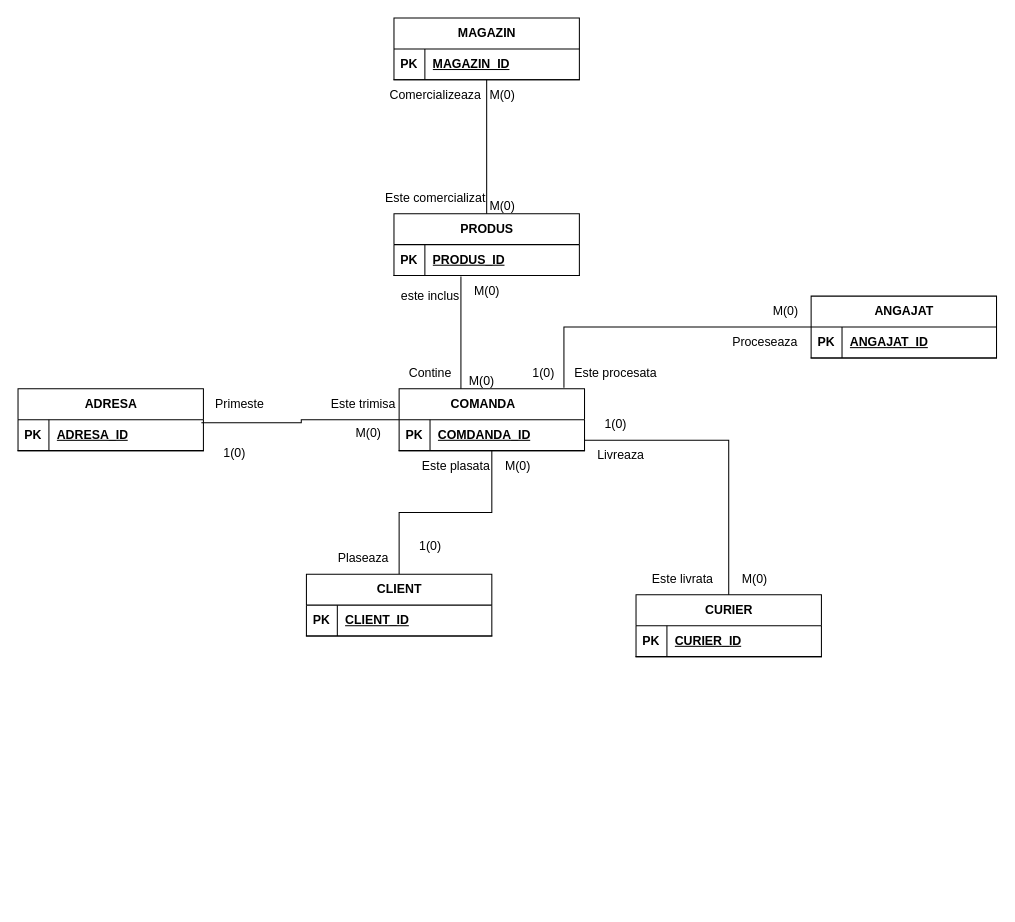
Above: Conceptuala.drawio in Mateiul123/BD (draw.io), before the change. Source tidied: cells renumbered, new cells numbered last; positions are measured from the earlier drawing's top-left corner, leaving out a move shared by most shapes. Both pictures are drawn from the tidied source at 103%, with x=0, y=0 at pixel (18, 18).
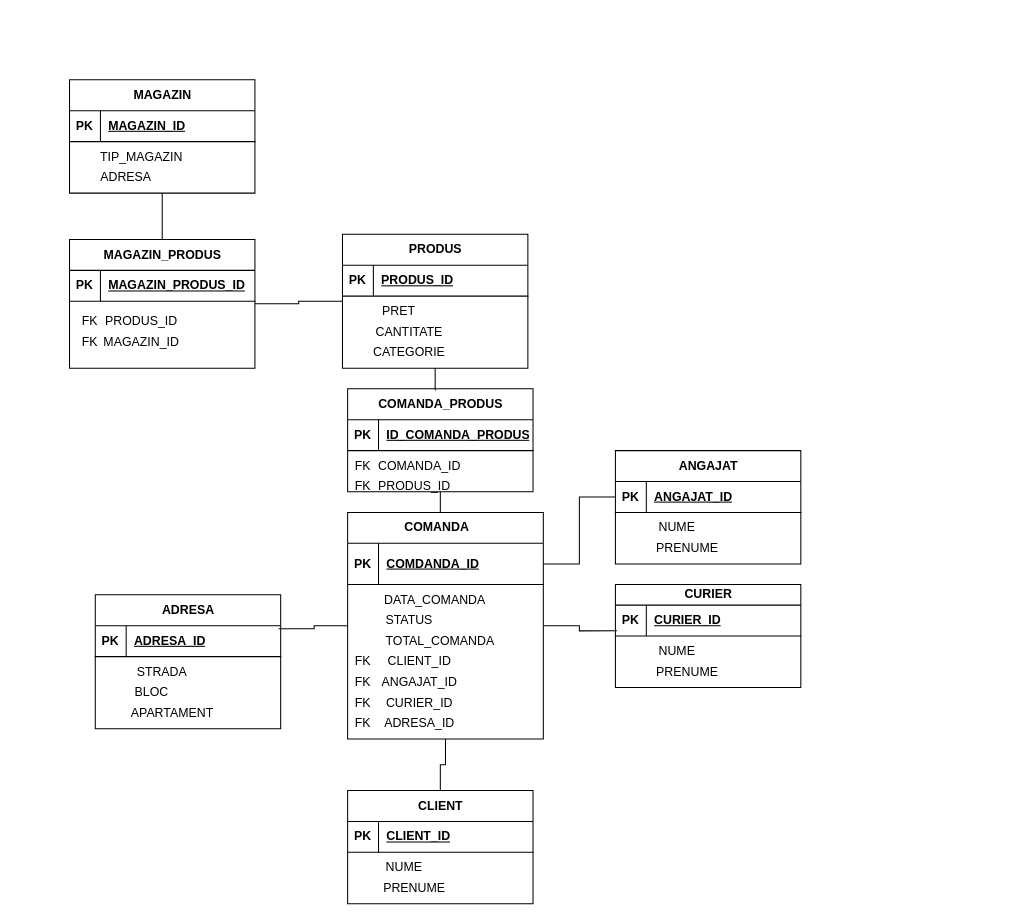
The same diagram, later.

The change refers to these unchanged cells:
```xml
<mxCell id="21" style="shape=tableRow;horizontal=0;startSize=0;swimlaneHead=0;swimlaneBody=0;fillColor=none;points=[[0,0.5],[1,0.5]];portConstraint=eastwest;top=0;left=0;right=0;bottom=1;" parent="20" vertex="1">
  <mxGeometry y="30" width="180" height="30" as="geometry" />
</mxCell>
<mxCell id="30" style="shape=tableRow;horizontal=0;startSize=0;swimlaneHead=0;swimlaneBody=0;fillColor=none;points=[[0,0.5],[1,0.5]];portConstraint=eastwest;top=0;left=0;right=0;bottom=1;" parent="29" vertex="1">
  <mxGeometry y="30" width="180" height="30" as="geometry" />
</mxCell>
```

What changed in the source:
```diff
@@
+    <mxCell id="60" style="edgeStyle=orthogonalEdgeStyle;rounded=0;jettySize=auto;html=1;exitX=0.5;exitY=0;exitDx=0;exitDy=0;entryX=0.5;entryY=1;entryDx=0;entryDy=0;endArrow=none;endFill=0;" parent="1" edge="1" source="3" target="82">
+      <mxGeometry relative="1" as="geometry" />
+    </mxCell>
     <mxCell id="3" value="COMANDA&lt;span style=&quot;white-space: pre;&quot;&gt;&#9;&lt;/span&gt;" style="shape=table;startSize=30;childLayout=tableLayout;rowLines=0;fontStyle=1;align=center;html=1;" parent="1" vertex="1">
-      <mxGeometry x="370" y="360" width="180" height="60" as="geometry" />
+      <mxGeometry x="320" y="480" width="190" height="220" as="geometry" />
     </mxCell>
     <mxCell id="4" style="shape=tableRow;horizontal=0;startSize=0;swimlaneHead=0;swimlaneBody=0;fillColor=none;points=[[0,0.5],[1,0.5]];portConstraint=eastwest;top=0;left=0;right=0;bottom=1;" parent="3" vertex="1">
-      <mxGeometry y="30" width="180" height="30" as="geometry" />
+      <mxGeometry y="30" width="190" height="40" as="geometry" />
     </mxCell>
     <mxCell id="5" value="PK" style="shape=partialRectangle;fillColor=none;top=0;left=0;bottom=0;right=0;fontStyle=1;overflow=hidden;whiteSpace=wrap;html=1;" parent="4" vertex="1">
-      <mxGeometry width="30" height="30" as="geometry" />
+      <mxGeometry width="30" height="40" as="geometry" />
     </mxCell>
     <mxCell id="6" value="COMDANDA_ID" style="shape=partialRectangle;fillColor=none;top=0;left=0;bottom=0;right=0;align=left;spacingLeft=6;fontStyle=5;overflow=hidden;whiteSpace=wrap;html=1;" parent="4" vertex="1">
-      <mxGeometry x="30" width="150" height="30" as="geometry" />
+      <mxGeometry x="30" width="160" height="40" as="geometry" />
     </mxCell>
     <mxCell id="7" value="ADRESA" style="shape=table;startSize=30;childLayout=tableLayout;rowLines=0;fontStyle=1;align=center;html=1;" parent="1" vertex="1">
-      <mxGeometry y="360" width="180" height="60" as="geometry" />
+      <mxGeometry x="75" y="560" width="180" height="130" as="geometry" />
     </mxCell>
@@
-    <mxCell id="11" value="CURIER" style="shape=table;startSize=30;childLayout=tableLayout;rowLines=0;fontStyle=1;align=center;html=1;" parent="1" vertex="1">
-      <mxGeometry x="600" y="560" width="180" height="60" as="geometry" />
+    <mxCell id="11" value="CURIER" style="shape=table;startSize=20;childLayout=tableLayout;rowLines=0;fontStyle=1;align=center;html=1;" parent="1" vertex="1">
+      <mxGeometry x="580" y="550" width="180" height="100" as="geometry" />
     </mxCell>
     <mxCell id="12" style="shape=tableRow;horizontal=0;startSize=0;swimlaneHead=0;swimlaneBody=0;fillColor=none;points=[[0,0.5],[1,0.5]];portConstraint=eastwest;top=0;left=0;right=0;bottom=1;" parent="11" vertex="1">
-      <mxGeometry y="30" width="180" height="30" as="geometry" />
+      <mxGeometry y="20" width="180" height="30" as="geometry" />
     </mxCell>
@@
     <mxCell id="15" value="CLIENT" style="shape=table;startSize=30;childLayout=tableLayout;rowLines=0;fontStyle=1;align=center;html=1;" parent="1" vertex="1">
-      <mxGeometry x="280" y="540" width="180" height="60" as="geometry" />
+      <mxGeometry x="320" y="750" width="180" height="110" as="geometry" />
     </mxCell>
@@
-    <mxCell id="19" style="edgeStyle=orthogonalEdgeStyle;rounded=0;jettySize=auto;html=1;endArrow=none;endFill=0;exitX=0.361;exitY=1.033;exitDx=0;exitDy=0;exitPerimeter=0;" parent="1" edge="1" source="21">
-      <mxGeometry relative="1" as="geometry">
-        <mxPoint x="430" y="360" as="targetPoint" />
-        <Array as="points">
-          <mxPoint x="430" y="360" />
-        </Array>
-      </mxGeometry>
-    </mxCell>
+    <mxCell id="61" style="edgeStyle=orthogonalEdgeStyle;rounded=0;jettySize=auto;html=1;exitX=0;exitY=0.5;exitDx=0;exitDy=0;entryX=1;entryY=0.5;entryDx=0;entryDy=0;endArrow=none;endFill=0;" parent="1" edge="1" source="20" target="87">
+      <mxGeometry relative="1" as="geometry" />
+    </mxCell>
     <mxCell id="20" value="PRODUS" style="shape=table;startSize=30;childLayout=tableLayout;rowLines=0;fontStyle=1;align=center;html=1;" parent="1" vertex="1">
-      <mxGeometry x="365" y="190" width="180" height="60" as="geometry" />
+      <mxGeometry x="315" y="210" width="180" height="130" as="geometry" />
     </mxCell>
@@
-    <mxCell id="24" style="edgeStyle=orthogonalEdgeStyle;rounded=0;jettySize=auto;html=1;entryX=0.5;entryY=0;entryDx=0;entryDy=0;endArrow=none;endFill=0;" parent="1" edge="1" source="25" target="20">
-      <mxGeometry relative="1" as="geometry" />
-    </mxCell>
     <mxCell id="25" value="MAGAZIN" style="shape=table;startSize=30;childLayout=tableLayout;rowLines=0;fontStyle=1;align=center;html=1;" parent="1" vertex="1">
-      <mxGeometry x="365" width="180" height="60" as="geometry" />
+      <mxGeometry x="50" y="60" width="180" height="110" as="geometry" />
     </mxCell>
@@
     <mxCell id="29" value="ANGAJAT" style="shape=table;startSize=30;childLayout=tableLayout;rowLines=0;fontStyle=1;align=center;html=1;" parent="1" vertex="1">
-      <mxGeometry x="770" y="270" width="180" height="60" as="geometry" />
+      <mxGeometry x="580" y="420" width="180" height="110" as="geometry" />
     </mxCell>
@@
-    <mxCell id="33" style="edgeStyle=orthogonalEdgeStyle;rounded=0;jettySize=auto;html=1;entryX=0;entryY=0.5;entryDx=0;entryDy=0;exitX=0.889;exitY=-0.017;exitDx=0;exitDy=0;exitPerimeter=0;endArrow=none;endFill=0;" parent="1" edge="1" source="3" target="29">
-      <mxGeometry x="-0.03" relative="1" as="geometry">
-        <Array as="points">
-          <mxPoint x="530" y="300" />
-        </Array>
-      </mxGeometry>
-    </mxCell>
@@
-    <mxCell id="35" style="edgeStyle=orthogonalEdgeStyle;rounded=0;jettySize=auto;html=1;entryX=0.5;entryY=0;entryDx=0;entryDy=0;endArrow=none;endFill=0;" parent="1" edge="1" source="3" target="11">
-      <mxGeometry relative="1" as="geometry">
-        <Array as="points">
-          <mxPoint x="690" y="410" />
-        </Array>
-      </mxGeometry>
-    </mxCell>
-    <mxCell id="36" value="Este plasata" style="text;html=1;align=center;verticalAlign=middle;strokeColor=none;fillColor=none;" parent="1" vertex="1">
-      <mxGeometry x="380" y="420" width="90" height="30" as="geometry" />
-    </mxCell>
-    <mxCell id="37" value="Plaseaza" style="text;html=1;align=center;verticalAlign=middle;strokeColor=none;fillColor=none;" parent="1" vertex="1">
-      <mxGeometry x="300" y="510" width="70" height="30" as="geometry" />
-    </mxCell>
-    <mxCell id="38" value="Livreaza" style="text;html=1;align=center;verticalAlign=middle;strokeColor=none;fillColor=none;" parent="1" vertex="1">
-      <mxGeometry x="550" y="410" width="70" height="30" as="geometry" />
-    </mxCell>
-    <mxCell id="39" value="Este livrata" style="text;html=1;align=center;verticalAlign=middle;strokeColor=none;fillColor=none;" parent="1" vertex="1">
-      <mxGeometry x="605" y="530" width="80" height="30" as="geometry" />
-    </mxCell>
-    <mxCell id="40" value="Primeste" style="text;html=1;align=center;verticalAlign=middle;strokeColor=none;fillColor=none;" parent="1" vertex="1">
-      <mxGeometry x="180" y="360" width="70" height="30" as="geometry" />
-    </mxCell>
-    <mxCell id="41" value="Este trimisa" style="text;html=1;align=center;verticalAlign=middle;strokeColor=none;fillColor=none;" parent="1" vertex="1">
-      <mxGeometry x="290" y="360" width="90" height="30" as="geometry" />
-    </mxCell>
-    <mxCell id="42" value="Contine" style="text;html=1;align=center;verticalAlign=middle;strokeColor=none;fillColor=none;" parent="1" vertex="1">
-      <mxGeometry x="370" y="330" width="60" height="30" as="geometry" />
-    </mxCell>
-    <mxCell id="43" value="este inclus" style="text;html=1;align=center;verticalAlign=middle;strokeColor=none;fillColor=none;" parent="1" vertex="1">
-      <mxGeometry x="360" y="255" width="80" height="30" as="geometry" />
-    </mxCell>
-    <mxCell id="44" value="Este comercializat" style="text;html=1;align=center;verticalAlign=middle;strokeColor=none;fillColor=none;" parent="1" vertex="1">
-      <mxGeometry x="345" y="160" width="120" height="30" as="geometry" />
-    </mxCell>
-    <mxCell id="45" value="Comercializeaza" style="text;html=1;align=center;verticalAlign=middle;strokeColor=none;fillColor=none;" parent="1" vertex="1">
-      <mxGeometry x="350" y="60" width="110" height="30" as="geometry" />
-    </mxCell>
-    <mxCell id="46" value="Este procesata" style="text;html=1;align=center;verticalAlign=middle;strokeColor=none;fillColor=none;" parent="1" vertex="1">
-      <mxGeometry x="530" y="330" width="100" height="30" as="geometry" />
-    </mxCell>
-    <mxCell id="47" value="Proceseaza" style="text;html=1;align=center;verticalAlign=middle;strokeColor=none;fillColor=none;" parent="1" vertex="1">
-      <mxGeometry x="680" y="300" width="90" height="30" as="geometry" />
-    </mxCell>
-    <mxCell id="48" value="1(0)" style="text;html=1;align=center;verticalAlign=middle;strokeColor=none;fillColor=none;" parent="1" vertex="1">
-      <mxGeometry x="380" y="498" width="40" height="30" as="geometry" />
-    </mxCell>
-    <mxCell id="49" value="M(0)" style="text;html=1;align=center;verticalAlign=middle;strokeColor=none;fillColor=none;" parent="1" vertex="1">
-      <mxGeometry x="460" y="420" width="50" height="30" as="geometry" />
-    </mxCell>
-    <mxCell id="50" value="M(0)" style="text;html=1;align=center;verticalAlign=middle;strokeColor=none;fillColor=none;" parent="1" vertex="1">
-      <mxGeometry x="690" y="530" width="50" height="30" as="geometry" />
-    </mxCell>
-    <mxCell id="51" value="1(0)" style="text;html=1;align=center;verticalAlign=middle;strokeColor=none;fillColor=none;" parent="1" vertex="1">
-      <mxGeometry x="190" y="408" width="40" height="30" as="geometry" />
-    </mxCell>
-    <mxCell id="52" value="M(0)" style="text;html=1;align=center;verticalAlign=middle;strokeColor=none;fillColor=none;" parent="1" vertex="1">
-      <mxGeometry x="315" y="388" width="50" height="30" as="geometry" />
-    </mxCell>
-    <mxCell id="53" value="1(0)" style="text;html=1;align=center;verticalAlign=middle;strokeColor=none;fillColor=none;" parent="1" vertex="1">
-      <mxGeometry x="560" y="380" width="40" height="30" as="geometry" />
-    </mxCell>
-    <mxCell id="54" value="M(0)" style="text;html=1;align=center;verticalAlign=middle;strokeColor=none;fillColor=none;" parent="1" vertex="1">
-      <mxGeometry x="720" y="270" width="50" height="30" as="geometry" />
-    </mxCell>
-    <mxCell id="55" value="1(0)" style="text;html=1;align=center;verticalAlign=middle;strokeColor=none;fillColor=none;" parent="1" vertex="1">
-      <mxGeometry x="490" y="330" width="40" height="30" as="geometry" />
-    </mxCell>
-    <mxCell id="56" value="M(0)" style="text;html=1;align=center;verticalAlign=middle;strokeColor=none;fillColor=none;" parent="1" vertex="1">
-      <mxGeometry x="425" y="338" width="50" height="30" as="geometry" />
-    </mxCell>
-    <mxCell id="57" value="M(0)" style="text;html=1;align=center;verticalAlign=middle;strokeColor=none;fillColor=none;" parent="1" vertex="1">
-      <mxGeometry x="430" y="250" width="50" height="30" as="geometry" />
-    </mxCell>
-    <mxCell id="58" value="M(0)" style="text;html=1;align=center;verticalAlign=middle;strokeColor=none;fillColor=none;" parent="1" vertex="1">
-      <mxGeometry x="445" y="168" width="50" height="30" as="geometry" />
-    </mxCell>
-    <mxCell id="59" value="M(0)" style="text;html=1;align=center;verticalAlign=middle;strokeColor=none;fillColor=none;" parent="1" vertex="1">
-      <mxGeometry x="445" y="60" width="50" height="30" as="geometry" />
-    </mxCell>
+    <mxCell id="62" value="DATA_COMANDA" style="text;html=1;whiteSpace=wrap;strokeColor=none;fillColor=none;align=center;verticalAlign=middle;rounded=0;" parent="1" vertex="1">
+      <mxGeometry x="375" y="550" width="60" height="30" as="geometry" />
+    </mxCell>
+    <mxCell id="63" value="STATUS" style="text;html=1;whiteSpace=wrap;strokeColor=none;fillColor=none;align=center;verticalAlign=middle;rounded=0;" parent="1" vertex="1">
+      <mxGeometry x="350" y="570" width="60" height="30" as="geometry" />
+    </mxCell>
+    <mxCell id="64" value="TOTAL_COMANDA" style="text;html=1;whiteSpace=wrap;strokeColor=none;fillColor=none;align=center;verticalAlign=middle;rounded=0;" parent="1" vertex="1">
+      <mxGeometry x="380" y="590" width="60" height="30" as="geometry" />
+    </mxCell>
+    <mxCell id="65" value="CLIENT_ID" style="text;html=1;whiteSpace=wrap;strokeColor=none;fillColor=none;align=center;verticalAlign=middle;rounded=0;" parent="1" vertex="1">
+      <mxGeometry x="360" y="610" width="60" height="30" as="geometry" />
+    </mxCell>
+    <mxCell id="66" value="ANGAJAT_ID" style="text;html=1;whiteSpace=wrap;strokeColor=none;fillColor=none;align=center;verticalAlign=middle;rounded=0;" parent="1" vertex="1">
+      <mxGeometry x="360" y="630" width="60" height="30" as="geometry" />
+    </mxCell>
+    <mxCell id="67" value="CURIER_ID" style="text;html=1;whiteSpace=wrap;strokeColor=none;fillColor=none;align=center;verticalAlign=middle;rounded=0;" parent="1" vertex="1">
+      <mxGeometry x="360" y="650" width="60" height="30" as="geometry" />
+    </mxCell>
+    <mxCell id="68" value="ADRESA_ID" style="text;html=1;whiteSpace=wrap;strokeColor=none;fillColor=none;align=center;verticalAlign=middle;rounded=0;" parent="1" vertex="1">
+      <mxGeometry x="360" y="670" width="60" height="30" as="geometry" />
+    </mxCell>
+    <mxCell id="69" value="FK" style="text;html=1;whiteSpace=wrap;strokeColor=none;fillColor=none;align=center;verticalAlign=middle;rounded=0;" parent="1" vertex="1">
+      <mxGeometry x="305" y="630" width="60" height="30" as="geometry" />
+    </mxCell>
+    <mxCell id="70" value="FK" style="text;html=1;whiteSpace=wrap;strokeColor=none;fillColor=none;align=center;verticalAlign=middle;rounded=0;" parent="1" vertex="1">
+      <mxGeometry x="305" y="650" width="60" height="30" as="geometry" />
+    </mxCell>
+    <mxCell id="71" value="FK" style="text;html=1;whiteSpace=wrap;strokeColor=none;fillColor=none;align=center;verticalAlign=middle;rounded=0;" parent="1" vertex="1">
+      <mxGeometry x="305" y="670" width="60" height="30" as="geometry" />
+    </mxCell>
+    <mxCell id="72" value="FK" style="text;html=1;whiteSpace=wrap;strokeColor=none;fillColor=none;align=center;verticalAlign=middle;rounded=0;" parent="1" vertex="1">
+      <mxGeometry x="305" y="610" width="60" height="30" as="geometry" />
+    </mxCell>
+    <mxCell id="73" value="NUME" style="text;html=1;whiteSpace=wrap;strokeColor=none;fillColor=none;align=center;verticalAlign=middle;rounded=0;" parent="1" vertex="1">
+      <mxGeometry x="345" y="810" width="60" height="30" as="geometry" />
+    </mxCell>
+    <mxCell id="74" value="PRENUME" style="text;html=1;whiteSpace=wrap;strokeColor=none;fillColor=none;align=center;verticalAlign=middle;rounded=0;" parent="1" vertex="1">
+      <mxGeometry x="355" y="830" width="60" height="30" as="geometry" />
+    </mxCell>
+    <mxCell id="75" value="NUME" style="text;html=1;whiteSpace=wrap;strokeColor=none;fillColor=none;align=center;verticalAlign=middle;rounded=0;" parent="1" vertex="1">
+      <mxGeometry x="610" y="600" width="60" height="30" as="geometry" />
+    </mxCell>
+    <mxCell id="76" value="PRENUME" style="text;html=1;whiteSpace=wrap;strokeColor=none;fillColor=none;align=center;verticalAlign=middle;rounded=0;" parent="1" vertex="1">
+      <mxGeometry x="620" y="620" width="60" height="30" as="geometry" />
+    </mxCell>
+    <mxCell id="77" value="STRADA" style="text;html=1;whiteSpace=wrap;strokeColor=none;fillColor=none;align=center;verticalAlign=middle;rounded=0;" parent="1" vertex="1">
+      <mxGeometry x="110" y="620" width="60" height="30" as="geometry" />
+    </mxCell>
+    <mxCell id="78" value="BLOC" style="text;html=1;whiteSpace=wrap;strokeColor=none;fillColor=none;align=center;verticalAlign=middle;rounded=0;" parent="1" vertex="1">
+      <mxGeometry x="100" y="640" width="60" height="30" as="geometry" />
+    </mxCell>
+    <mxCell id="79" value="APARTAMENT" style="text;html=1;whiteSpace=wrap;strokeColor=none;fillColor=none;align=center;verticalAlign=middle;rounded=0;" parent="1" vertex="1">
+      <mxGeometry x="120" y="660" width="60" height="30" as="geometry" />
+    </mxCell>
+    <mxCell id="80" value="NUME" style="text;html=1;whiteSpace=wrap;strokeColor=none;fillColor=none;align=center;verticalAlign=middle;rounded=0;" parent="1" vertex="1">
+      <mxGeometry x="610" y="480" width="60" height="30" as="geometry" />
+    </mxCell>
+    <mxCell id="81" value="PRENUME" style="text;html=1;whiteSpace=wrap;strokeColor=none;fillColor=none;align=center;verticalAlign=middle;rounded=0;" parent="1" vertex="1">
+      <mxGeometry x="620" y="500" width="60" height="30" as="geometry" />
+    </mxCell>
+    <mxCell id="82" value="COMANDA_PRODUS" style="shape=table;startSize=30;childLayout=tableLayout;rowLines=0;fontStyle=1;align=center;html=1;" parent="1" vertex="1">
+      <mxGeometry x="320" y="360" width="180" height="100" as="geometry" />
+    </mxCell>
+    <mxCell id="83" style="shape=tableRow;horizontal=0;startSize=0;swimlaneHead=0;swimlaneBody=0;fillColor=none;top=0;left=0;right=0;bottom=1;" parent="82" vertex="1">
+      <mxGeometry y="30" width="180" height="30" as="geometry" />
+    </mxCell>
+    <mxCell id="84" value="PK" style="shape=partialRectangle;fillColor=none;top=0;left=0;bottom=0;right=0;fontStyle=1;overflow=hidden;whiteSpace=wrap;html=1;" parent="83" vertex="1">
+      <mxGeometry width="30" height="30" as="geometry" />
+    </mxCell>
+    <mxCell id="85" value="ID_COMANDA_PRODUS" style="shape=partialRectangle;fillColor=none;top=0;left=0;bottom=0;right=0;align=left;spacingLeft=6;fontStyle=5;overflow=hidden;whiteSpace=wrap;html=1;" parent="83" vertex="1">
+      <mxGeometry x="30" width="150" height="30" as="geometry" />
+    </mxCell>
+    <mxCell id="86" style="edgeStyle=orthogonalEdgeStyle;rounded=0;jettySize=auto;html=1;exitX=0.5;exitY=0;exitDx=0;exitDy=0;entryX=0.5;entryY=1;entryDx=0;entryDy=0;endArrow=none;endFill=0;" parent="1" edge="1" source="87" target="25">
+      <mxGeometry relative="1" as="geometry" />
+    </mxCell>
+    <mxCell id="87" value="MAGAZIN_PRODUS" style="shape=table;startSize=30;childLayout=tableLayout;rowLines=0;fontStyle=1;align=center;html=1;" parent="1" vertex="1">
+      <mxGeometry x="50" y="215" width="180" height="125" as="geometry" />
+    </mxCell>
+    <mxCell id="88" style="shape=tableRow;horizontal=0;startSize=0;swimlaneHead=0;swimlaneBody=0;fillColor=none;top=0;left=0;right=0;bottom=1;" parent="87" vertex="1">
+      <mxGeometry y="30" width="180" height="30" as="geometry" />
+    </mxCell>
+    <mxCell id="89" value="PK" style="shape=partialRectangle;fillColor=none;top=0;left=0;bottom=0;right=0;fontStyle=1;overflow=hidden;whiteSpace=wrap;html=1;" parent="88" vertex="1">
+      <mxGeometry width="30" height="30" as="geometry" />
+    </mxCell>
+    <mxCell id="90" value="MAGAZIN_PRODUS_ID" style="shape=partialRectangle;fillColor=none;top=0;left=0;bottom=0;right=0;align=left;spacingLeft=6;fontStyle=5;overflow=hidden;whiteSpace=wrap;html=1;" parent="88" vertex="1">
+      <mxGeometry x="30" width="150" height="30" as="geometry" />
+    </mxCell>
+    <mxCell id="91" value="COMANDA_ID" style="text;html=1;whiteSpace=wrap;strokeColor=none;fillColor=none;align=center;verticalAlign=middle;rounded=0;" parent="1" vertex="1">
+      <mxGeometry x="360" y="420" width="60" height="30" as="geometry" />
+    </mxCell>
+    <mxCell id="92" value="PRODUS_ID" style="text;html=1;whiteSpace=wrap;strokeColor=none;fillColor=none;align=center;verticalAlign=middle;rounded=0;" parent="1" vertex="1">
+      <mxGeometry x="355" y="440" width="60" height="30" as="geometry" />
+    </mxCell>
+    <mxCell id="93" value="FK" style="text;html=1;whiteSpace=wrap;strokeColor=none;fillColor=none;align=center;verticalAlign=middle;rounded=0;" parent="1" vertex="1">
+      <mxGeometry x="305" y="420" width="60" height="30" as="geometry" />
+    </mxCell>
+    <mxCell id="94" value="FK" style="text;html=1;whiteSpace=wrap;strokeColor=none;fillColor=none;align=center;verticalAlign=middle;rounded=0;" parent="1" vertex="1">
+      <mxGeometry x="305" y="440" width="60" height="30" as="geometry" />
+    </mxCell>
+    <mxCell id="95" value="PRET" style="text;html=1;whiteSpace=wrap;strokeColor=none;fillColor=none;align=center;verticalAlign=middle;rounded=0;" parent="1" vertex="1">
+      <mxGeometry x="340" y="270" width="60" height="30" as="geometry" />
+    </mxCell>
+    <mxCell id="96" value="CANTITATE" style="text;html=1;whiteSpace=wrap;strokeColor=none;fillColor=none;align=center;verticalAlign=middle;rounded=0;" parent="1" vertex="1">
+      <mxGeometry x="350" y="290" width="60" height="30" as="geometry" />
+    </mxCell>
+    <mxCell id="97" value="CATEGORIE" style="text;html=1;whiteSpace=wrap;strokeColor=none;fillColor=none;align=center;verticalAlign=middle;rounded=0;" parent="1" vertex="1">
+      <mxGeometry x="350" y="310" width="60" height="30" as="geometry" />
+    </mxCell>
+    <mxCell id="98" style="edgeStyle=orthogonalEdgeStyle;rounded=0;jettySize=auto;html=1;entryX=0.47;entryY=-0.011;entryDx=0;entryDy=0;entryPerimeter=0;endArrow=none;endFill=0;" parent="1" edge="1" source="20" target="82">
+      <mxGeometry relative="1" as="geometry" />
+    </mxCell>
+    <mxCell id="99" value="FK" style="text;html=1;whiteSpace=wrap;strokeColor=none;fillColor=none;align=center;verticalAlign=middle;rounded=0;" parent="1" vertex="1">
+      <mxGeometry x="40" y="280" width="60" height="30" as="geometry" />
+    </mxCell>
+    <mxCell id="100" value="FK" style="text;html=1;whiteSpace=wrap;strokeColor=none;fillColor=none;align=center;verticalAlign=middle;rounded=0;" parent="1" vertex="1">
+      <mxGeometry x="40" y="300" width="60" height="30" as="geometry" />
+    </mxCell>
+    <mxCell id="101" value="PRODUS_ID" style="text;html=1;whiteSpace=wrap;strokeColor=none;fillColor=none;align=center;verticalAlign=middle;rounded=0;" parent="1" vertex="1">
+      <mxGeometry x="90" y="280" width="60" height="30" as="geometry" />
+    </mxCell>
+    <mxCell id="102" value="MAGAZIN_ID" style="text;html=1;whiteSpace=wrap;strokeColor=none;fillColor=none;align=center;verticalAlign=middle;rounded=0;" parent="1" vertex="1">
+      <mxGeometry x="90" y="300" width="60" height="30" as="geometry" />
+    </mxCell>
+    <mxCell id="103" value="TIP_MAGAZIN" style="text;html=1;whiteSpace=wrap;strokeColor=none;fillColor=none;align=center;verticalAlign=middle;rounded=0;" parent="1" vertex="1">
+      <mxGeometry x="90" y="120" width="60" height="30" as="geometry" />
+    </mxCell>
+    <mxCell id="104" value="ADRESA" style="text;html=1;whiteSpace=wrap;strokeColor=none;fillColor=none;align=center;verticalAlign=middle;rounded=0;" parent="1" vertex="1">
+      <mxGeometry x="75" y="140" width="60" height="30" as="geometry" />
+    </mxCell>
+    <mxCell id="105" style="edgeStyle=orthogonalEdgeStyle;rounded=0;jettySize=auto;html=1;entryX=0.008;entryY=0.832;entryDx=0;entryDy=0;entryPerimeter=0;endArrow=none;endFill=0;" parent="1" edge="1" source="3" target="12">
+      <mxGeometry relative="1" as="geometry" />
+    </mxCell>
+    <mxCell id="106" style="edgeStyle=orthogonalEdgeStyle;rounded=0;jettySize=auto;html=1;exitX=0;exitY=0.5;exitDx=0;exitDy=0;entryX=1;entryY=0.5;entryDx=0;entryDy=0;endArrow=none;endFill=0;" parent="1" edge="1" source="30" target="4">
+      <mxGeometry relative="1" as="geometry" />
+    </mxCell>
```
